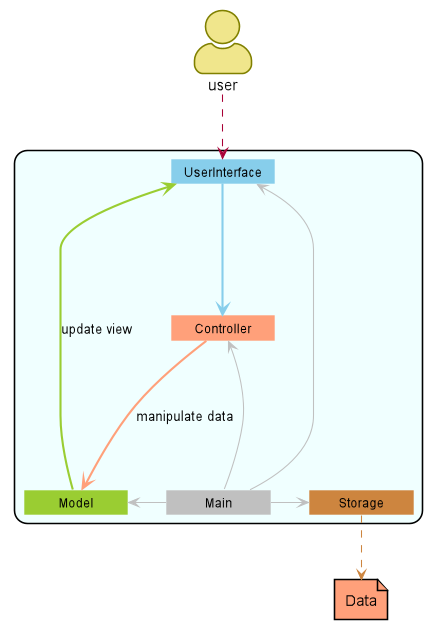
untitle4/tp keeps this PlantUML diagram as docs/diagram/ArchitectureDiagram.png. Above is the earlier version.
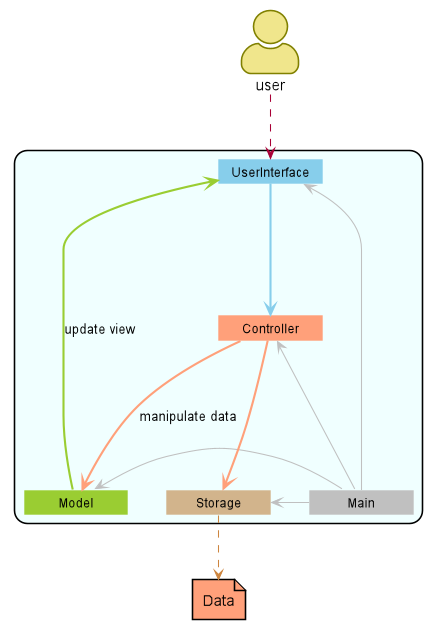
Later version of the same file.

The edit, as a diff of the source:
```diff
@@ -28,7 +28,7 @@
     }
     class Main #Silver {
     }
-    class Storage #Peru {
+    class Storage #Tan {
     }
 }
 
@@ -44,5 +44,6 @@
 Main -up[#Silver]> Model
 Main -right[#Silver]> Storage
 Storage ..[#Peru]> Data
+Controller -[bold,#LightSalmon]> Storage
 
 @enduml
```
